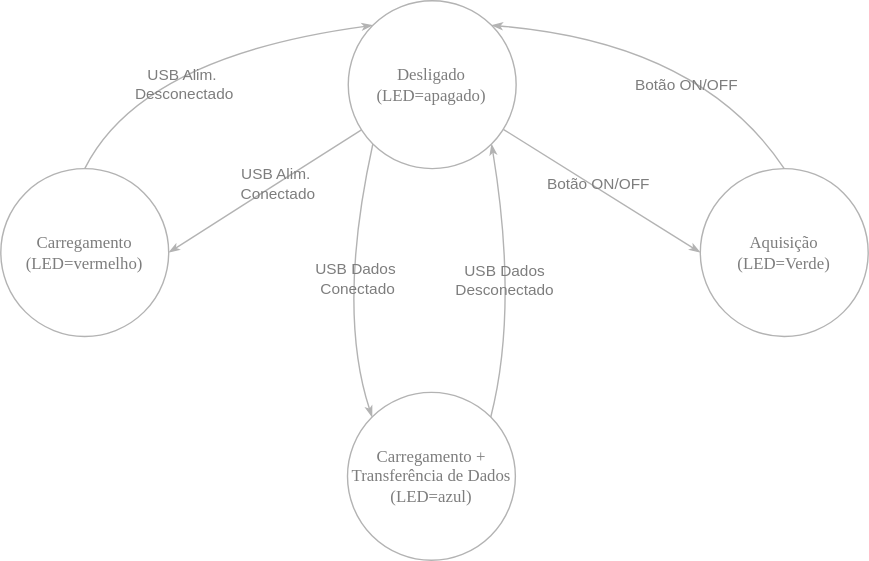
The draw.io diagram projetos/tennistracker/diagrama.svg in teaching-FEEC/ea075-2024.1, before a commit. Source tidied: cells renumbered, new cells last; positions are measured from the earlier drawing's top-left corner, leaving out a move shared by most shapes.
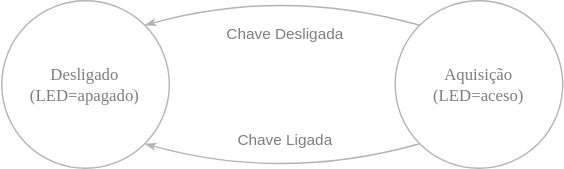
Later version of the same file.

Diff of the diagram source:
```diff
@@ -2,79 +2,35 @@
   <root>
     <mxCell id="0" />
     <mxCell id="1" parent="0" />
-    <mxCell id="2" style="edgeStyle=none;rounded=1;html=1;labelBackgroundColor=none;startArrow=none;startFill=0;startSize=5;endArrow=classicThin;endFill=1;endSize=5;jettySize=auto;strokeColor=#B3B3B3;strokeWidth=1;fontFamily=Verdana;fontSize=12;entryX=1;entryY=0.5;entryDx=0;entryDy=0;" parent="1" edge="1" source="6" target="9">
-      <mxGeometry relative="1" as="geometry" />
-    </mxCell>
-    <mxCell id="3" value="&lt;font color=&quot;#7d7d7d&quot;&gt;USB Alim.&amp;nbsp;&lt;/font&gt;&lt;div&gt;&lt;font color=&quot;#7d7d7d&quot;&gt;Conectado&lt;/font&gt;&lt;/div&gt;" style="edgeLabel;html=1;align=center;verticalAlign=middle;labelBackgroundColor=none;" parent="2" vertex="1">
-      <mxGeometry x="-0.12" relative="1" as="geometry" />
-    </mxCell>
-    <mxCell id="4" style="edgeStyle=none;rounded=1;html=1;labelBackgroundColor=none;startArrow=none;startFill=0;startSize=5;endArrow=classicThin;endFill=1;endSize=5;jettySize=auto;strokeColor=#B3B3B3;strokeWidth=1;fontFamily=Verdana;fontSize=12;entryX=0;entryY=0.5;entryDx=0;entryDy=0;" parent="1" edge="1" source="6" target="7">
-      <mxGeometry relative="1" as="geometry" />
-    </mxCell>
-    <mxCell id="5" value="&lt;font color=&quot;#7d7d7d&quot;&gt;Botão ON/OFF&lt;/font&gt;" style="edgeLabel;html=1;align=center;verticalAlign=middle;labelBackgroundColor=none;" parent="4" vertex="1">
-      <mxGeometry y="-3" relative="1" as="geometry">
-        <mxPoint x="-1" y="-8" as="offset" />
-      </mxGeometry>
-    </mxCell>
     <mxCell id="6" value="&lt;font color=&quot;#7d7d7d&quot;&gt;Desligado&lt;/font&gt;&lt;div&gt;&lt;font color=&quot;#7d7d7d&quot;&gt;(LED=apagado)&lt;/font&gt;&lt;/div&gt;" style="ellipse;whiteSpace=wrap;html=1;rounded=0;shadow=0;comic=0;labelBackgroundColor=none;strokeWidth=1;fontFamily=Verdana;fontSize=12;align=center;fillColor=none;verticalAlign=middle;rotation=0;strokeColor=#b3b3b3;" parent="1" vertex="1">
-      <mxGeometry x="248.4" width="120" height="120" as="geometry" />
+      <mxGeometry x="-81.6" width="120" height="120" as="geometry" />
     </mxCell>
-    <mxCell id="7" value="&lt;font color=&quot;#7d7d7d&quot;&gt;Aquisição&lt;/font&gt;&lt;div&gt;&lt;font color=&quot;#7d7d7d&quot;&gt;(LED=Verde)&lt;/font&gt;&lt;/div&gt;" style="ellipse;whiteSpace=wrap;html=1;rounded=0;shadow=0;comic=0;labelBackgroundColor=none;strokeWidth=1;fontFamily=Verdana;fontSize=12;align=center;fillColor=none;rotation=0;strokeColor=#b3b3b3;" parent="1" vertex="1">
-      <mxGeometry x="500" y="120" width="120" height="120" as="geometry" />
+    <mxCell id="7" value="&lt;font color=&quot;#7d7d7d&quot;&gt;Aquisição&lt;/font&gt;&lt;div&gt;&lt;font color=&quot;#7d7d7d&quot;&gt;(LED=aceso)&lt;/font&gt;&lt;/div&gt;" style="ellipse;whiteSpace=wrap;html=1;rounded=0;shadow=0;comic=0;labelBackgroundColor=none;strokeWidth=1;fontFamily=Verdana;fontSize=12;align=center;fillColor=none;rotation=0;strokeColor=#b3b3b3;" parent="1" vertex="1">
+      <mxGeometry x="200" width="120" height="120" as="geometry" />
     </mxCell>
-    <mxCell id="8" value="&lt;font color=&quot;#7d7d7d&quot;&gt;Carregamento + Transferência de Dados&lt;/font&gt;&lt;div&gt;&lt;font color=&quot;#7d7d7d&quot;&gt;(LED=azul)&lt;/font&gt;&lt;/div&gt;" style="ellipse;whiteSpace=wrap;html=1;rounded=0;shadow=0;comic=0;labelBackgroundColor=none;strokeWidth=1;fontFamily=Verdana;fontSize=12;align=center;fillColor=none;rotation=0;strokeColor=#b3b3b3;" parent="1" vertex="1">
-      <mxGeometry x="247.8" y="280" width="120" height="120" as="geometry" />
-    </mxCell>
-    <mxCell id="9" value="&lt;span&gt;&lt;font color=&quot;#7d7d7d&quot;&gt;Carregamento&lt;/font&gt;&lt;/span&gt;&lt;div&gt;&lt;span&gt;&lt;font color=&quot;#7d7d7d&quot;&gt;(LED=vermelho)&lt;/font&gt;&lt;/span&gt;&lt;/div&gt;" style="ellipse;whiteSpace=wrap;html=1;rounded=0;shadow=0;comic=0;labelBackgroundColor=none;strokeWidth=1;fontFamily=Verdana;fontSize=12;align=center;fillColor=none;rotation=0;strokeColor=#b3b3b3;" parent="1" vertex="1">
-      <mxGeometry y="120" width="120" height="120" as="geometry" />
-    </mxCell>
-    <mxCell id="10" style="edgeStyle=none;rounded=0;html=1;labelBackgroundColor=none;startArrow=none;startFill=0;startSize=5;endArrow=classicThin;endFill=1;endSize=5;jettySize=auto;strokeColor=#B3B3B3;strokeWidth=1;fontFamily=Verdana;fontSize=12;entryX=1;entryY=0;entryDx=0;entryDy=0;exitX=0.5;exitY=0;exitDx=0;exitDy=0;curved=1;" parent="1" edge="1" source="7" target="6">
+    <mxCell id="10" style="edgeStyle=none;rounded=0;html=1;labelBackgroundColor=none;startArrow=none;startFill=0;startSize=5;endArrow=classicThin;endFill=1;endSize=5;jettySize=auto;strokeColor=#B3B3B3;strokeWidth=1;fontFamily=Verdana;fontSize=12;entryX=1;entryY=0;entryDx=0;entryDy=0;exitX=0;exitY=0;exitDx=0;exitDy=0;curved=1;" parent="1" edge="1" source="7" target="6">
       <mxGeometry x="0.07" y="29" relative="1" as="geometry">
         <Array as="points">
-          <mxPoint x="500" y="30" />
+          <mxPoint x="120" y="-10" />
         </Array>
       </mxGeometry>
     </mxCell>
-    <mxCell id="11" value="&lt;font color=&quot;#7d7d7d&quot;&gt;Botão ON/OFF&lt;/font&gt;" style="edgeLabel;html=1;align=center;verticalAlign=middle;labelBackgroundColor=none;" parent="10" vertex="1">
+    <mxCell id="11" value="&lt;font color=&quot;#7d7d7d&quot;&gt;Chave Desligada&lt;/font&gt;" style="edgeLabel;html=1;align=center;verticalAlign=middle;labelBackgroundColor=none;" parent="10" vertex="1">
       <mxGeometry x="0.06" y="28" relative="1" as="geometry">
-        <mxPoint x="21" y="4" as="offset" />
+        <mxPoint y="4" as="offset" />
       </mxGeometry>
     </mxCell>
-    <mxCell id="12" style="edgeStyle=none;rounded=0;html=1;labelBackgroundColor=none;startArrow=none;startFill=0;startSize=5;endArrow=classicThin;endFill=1;endSize=5;jettySize=auto;strokeColor=#B3B3B3;strokeWidth=1;fontFamily=Verdana;fontSize=12;entryX=0;entryY=0;entryDx=0;entryDy=0;exitX=0.5;exitY=0;exitDx=0;exitDy=0;curved=1;" parent="1" edge="1" source="9" target="6">
-      <mxGeometry x="0.09" y="-37" relative="1" as="geometry">
-        <Array as="points">
-          <mxPoint x="100" y="40" />
-        </Array>
-      </mxGeometry>
-    </mxCell>
-    <mxCell id="13" value="&lt;font color=&quot;#7d7d7d&quot;&gt;USB Alim.&amp;nbsp;&lt;/font&gt;&lt;div&gt;&lt;font color=&quot;#7d7d7d&quot;&gt;Desconectado&lt;/font&gt;&lt;/div&gt;" style="edgeLabel;html=1;align=center;verticalAlign=middle;labelBackgroundColor=none;" parent="12" vertex="1">
-      <mxGeometry x="0.05" y="-30" relative="1" as="geometry">
-        <mxPoint x="-19" y="-4" as="offset" />
-      </mxGeometry>
-    </mxCell>
-    <mxCell id="14" style="edgeStyle=none;rounded=0;html=1;labelBackgroundColor=none;startArrow=none;startFill=0;startSize=5;endArrow=classicThin;endFill=1;endSize=5;jettySize=auto;strokeColor=#B3B3B3;strokeWidth=1;fontFamily=Verdana;fontSize=12;entryX=0;entryY=0;entryDx=0;entryDy=0;exitX=0;exitY=1;exitDx=0;exitDy=0;curved=1;" parent="1" edge="1" source="6" target="8">
-      <mxGeometry x="0.17" y="19" relative="1" as="geometry">
-        <Array as="points">
-          <mxPoint x="240" y="220" />
-        </Array>
-      </mxGeometry>
-    </mxCell>
-    <mxCell id="15" value="&lt;font color=&quot;#7d7d7d&quot;&gt;USB Dados&amp;nbsp;&lt;/font&gt;&lt;div&gt;&lt;font color=&quot;#7d7d7d&quot;&gt;Conectado&lt;/font&gt;&lt;/div&gt;" style="edgeLabel;html=1;align=center;verticalAlign=middle;labelBackgroundColor=none;" parent="14" vertex="1">
-      <mxGeometry x="-0.07" y="18" relative="1" as="geometry">
-        <mxPoint x="-9" as="offset" />
-      </mxGeometry>
-    </mxCell>
-    <mxCell id="16" style="edgeStyle=none;rounded=0;html=1;labelBackgroundColor=none;startArrow=none;startFill=0;startSize=5;endArrow=classicThin;endFill=1;endSize=5;jettySize=auto;strokeColor=#B3B3B3;strokeWidth=1;fontFamily=Verdana;fontSize=12;exitX=1;exitY=0;exitDx=0;exitDy=0;curved=1;entryX=1;entryY=1;entryDx=0;entryDy=0;" parent="1" edge="1" source="8" target="6">
-      <mxGeometry x="-0.13" y="7" relative="1" as="geometry">
-        <Array as="points">
-          <mxPoint x="370" y="220" />
-        </Array>
-      </mxGeometry>
-    </mxCell>
-    <mxCell id="17" value="&lt;font color=&quot;#7d7d7d&quot;&gt;USB Dados&lt;/font&gt;&lt;div&gt;&lt;font color=&quot;#7d7d7d&quot;&gt;Desconectado&lt;/font&gt;&lt;/div&gt;" style="edgeLabel;html=1;align=center;verticalAlign=middle;labelBackgroundColor=none;" parent="16" vertex="1">
-      <mxGeometry x="-0.04" y="10" relative="1" as="geometry">
-        <mxPoint x="2" y="-7" as="offset" />
-      </mxGeometry>
-    </mxCell>
+    <mxCell id="18" style="edgeStyle=none;rounded=0;html=1;labelBackgroundColor=none;startArrow=none;startFill=0;startSize=5;endArrow=classicThin;endFill=1;endSize=5;jettySize=auto;strokeColor=#B3B3B3;strokeWidth=1;fontFamily=Verdana;fontSize=12;entryX=1;entryY=1;entryDx=0;entryDy=0;exitX=0;exitY=1;exitDx=0;exitDy=0;curved=1;" parent="1" edge="1" source="7" target="6">
+      <mxGeometry x="0.07" y="29" relative="1" as="geometry">
+        <Array as="points">
+          <mxPoint x="120" y="130" />
+        </Array>
+      </mxGeometry>
+    </mxCell>
+    <mxCell id="19" value="&lt;font color=&quot;#7d7d7d&quot;&gt;Chave Ligada&lt;/font&gt;" style="edgeLabel;html=1;align=center;verticalAlign=middle;labelBackgroundColor=none;" parent="18" vertex="1">
+      <mxGeometry x="0.06" y="28" relative="1" as="geometry">
+        <mxPoint x="15" y="-55" as="offset" />
+      </mxGeometry>
+    </mxCell>
   </root>
 </mxGraphModel>
```
